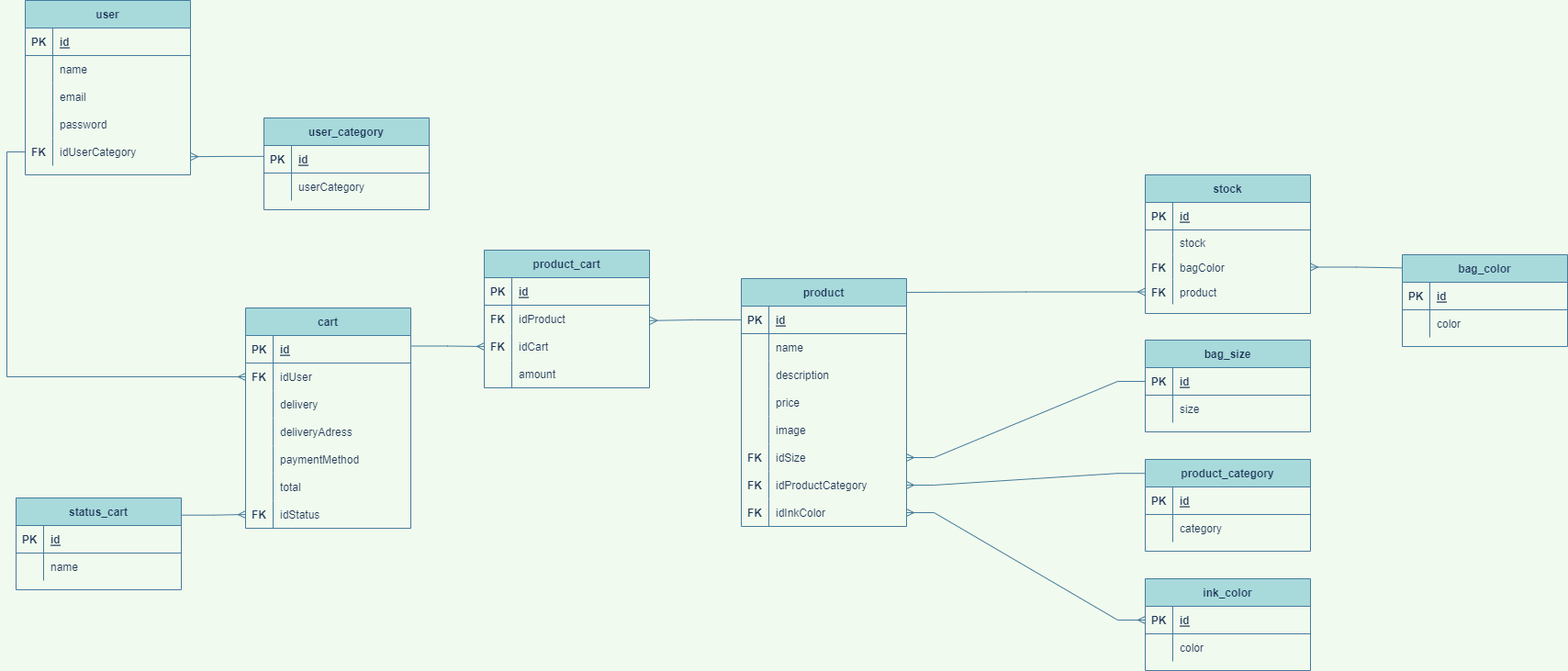
This is design/DER.png from grupo-6-dh/grupo_6_publicity, a draw.io export, as it was before one commit. Source tidied: cells renumbered, new cells last; positions are measured from the earlier drawing's top-left corner, leaving out a move shared by most shapes.
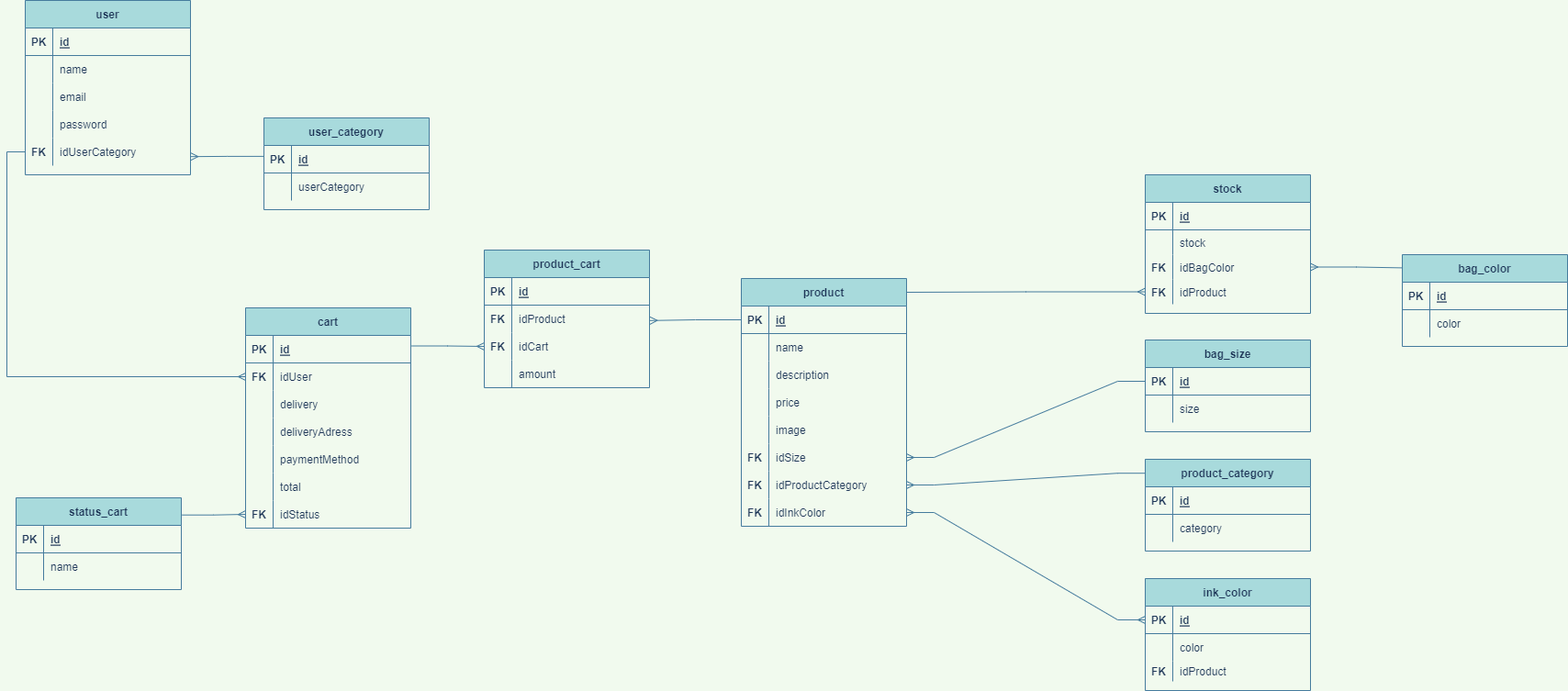
The same file after the commit.

The edit, as a diff of the source:
```diff
@@ -141,7 +141,7 @@
       <mxGeometry x="30" width="150" height="30" as="geometry" />
     </mxCell>
     <mxCell id="48" value="ink_color" style="shape=table;startSize=30;rowLines=0;fontStyle=1;align=center;fontColor=#1D3557;strokeColor=#457B9D;fillColor=#A8DADC;" parent="1" vertex="1">
-      <mxGeometry x="1240" y="630" width="180" height="100" as="geometry" />
+      <mxGeometry x="1240" y="630" width="180" height="122" as="geometry" />
     </mxCell>
     <mxCell id="49" style="shape=tableRow;horizontal=0;startSize=0;swimlaneHead=0;swimlaneBody=0;fillColor=none;points=[[0,0.5],[1,0.5]];portConstraint=eastwest;top=0;left=0;right=0;bottom=1;fontColor=#1D3557;strokeColor=#457B9D;" parent="48" vertex="1">
       <mxGeometry y="30" width="180" height="30" as="geometry" />
@@ -161,6 +161,15 @@
     <mxCell id="54" value="color" style="shape=partialRectangle;fillColor=none;top=0;left=0;bottom=0;right=0;align=left;spacingLeft=6;overflow=hidden;fontColor=#1D3557;strokeColor=#457B9D;" parent="52" vertex="1">
       <mxGeometry x="30" width="150" height="30" as="geometry" />
     </mxCell>
+    <mxCell id="143" style="shape=tableRow;horizontal=0;startSize=0;swimlaneHead=0;swimlaneBody=0;fillColor=none;top=0;left=0;right=0;bottom=0;fontColor=#1D3557;strokeColor=#457B9D;" parent="48" vertex="1">
+      <mxGeometry y="90" width="180" height="22" as="geometry" />
+    </mxCell>
+    <mxCell id="144" value="FK" style="shape=partialRectangle;fillColor=none;top=0;left=0;bottom=0;right=0;overflow=hidden;fontColor=#1D3557;strokeColor=#457B9D;fontStyle=1;" parent="143" vertex="1">
+      <mxGeometry width="30" height="22" as="geometry" />
+    </mxCell>
+    <mxCell id="145" value="idProduct" style="shape=partialRectangle;fillColor=none;top=0;left=0;bottom=0;right=0;align=left;spacingLeft=6;overflow=hidden;fontColor=#1D3557;strokeColor=#457B9D;" parent="143" vertex="1">
+      <mxGeometry x="30" width="150" height="22" as="geometry" />
+    </mxCell>
     <mxCell id="55" value="user" style="shape=table;startSize=30;rowLines=0;fontStyle=1;align=center;fontColor=#1D3557;strokeColor=#457B9D;fillColor=#A8DADC;" parent="1" vertex="1">
       <mxGeometry x="20" width="180" height="190" as="geometry" />
     </mxCell>
@@ -415,7 +424,7 @@
     <mxCell id="137" value="FK" style="shape=partialRectangle;fillColor=none;top=0;left=0;bottom=0;right=0;overflow=hidden;fontColor=#1D3557;strokeColor=#457B9D;fontStyle=1;" parent="136" vertex="1">
       <mxGeometry width="30" height="27" as="geometry" />
     </mxCell>
-    <mxCell id="138" value="bagColor" style="shape=partialRectangle;fillColor=none;top=0;left=0;bottom=0;right=0;align=left;spacingLeft=6;overflow=hidden;fontColor=#1D3557;strokeColor=#457B9D;" parent="136" vertex="1">
+    <mxCell id="138" value="idBagColor" style="shape=partialRectangle;fillColor=none;top=0;left=0;bottom=0;right=0;align=left;spacingLeft=6;overflow=hidden;fontColor=#1D3557;strokeColor=#457B9D;" parent="136" vertex="1">
       <mxGeometry x="30" width="150" height="27" as="geometry" />
     </mxCell>
     <mxCell id="139" style="shape=tableRow;horizontal=0;startSize=0;swimlaneHead=0;swimlaneBody=0;fillColor=none;points=[[0,0.5],[1,0.5]];portConstraint=eastwest;top=0;left=0;right=0;bottom=0;fontColor=#1D3557;strokeColor=#457B9D;" parent="129" vertex="1">
@@ -424,7 +433,7 @@
     <mxCell id="140" value="FK" style="shape=partialRectangle;fillColor=none;top=0;left=0;bottom=0;right=0;overflow=hidden;fontColor=#1D3557;strokeColor=#457B9D;fontStyle=1;" parent="139" vertex="1">
       <mxGeometry width="30" height="27" as="geometry" />
     </mxCell>
-    <mxCell id="141" value="product" style="shape=partialRectangle;fillColor=none;top=0;left=0;bottom=0;right=0;align=left;spacingLeft=6;overflow=hidden;fontColor=#1D3557;strokeColor=#457B9D;" parent="139" vertex="1">
+    <mxCell id="141" value="idProduct" style="shape=partialRectangle;fillColor=none;top=0;left=0;bottom=0;right=0;align=left;spacingLeft=6;overflow=hidden;fontColor=#1D3557;strokeColor=#457B9D;" parent="139" vertex="1">
       <mxGeometry x="30" width="150" height="27" as="geometry" />
     </mxCell>
     <mxCell id="142" style="edgeStyle=orthogonalEdgeStyle;fontSize=12;html=1;endArrow=none;rounded=0;fontColor=#1D3557;strokeColor=#457B9D;fillColor=#A8DADC;exitX=0;exitY=0.5;exitDx=0;exitDy=0;startArrow=ERmany;startFill=0;endFill=0;" parent="1" edge="1" source="139">
```
